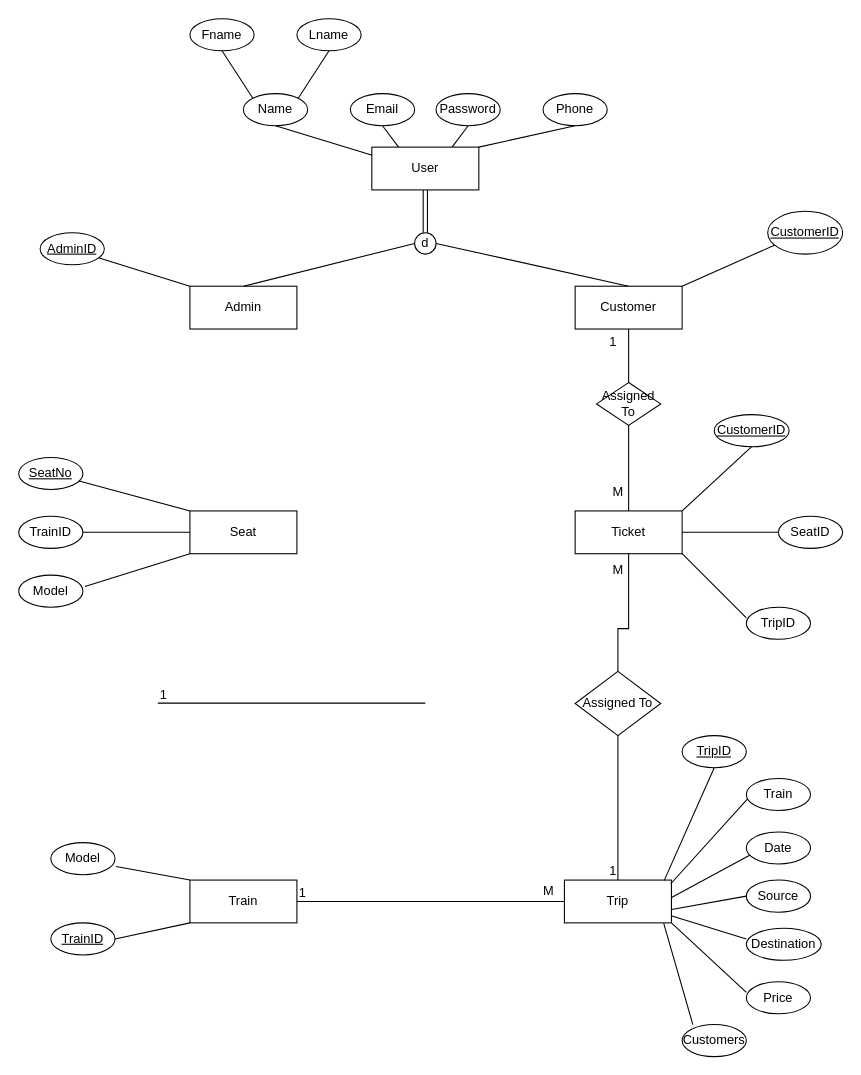
Above: ERD.drawio in AliveTube/Train-Booking-App (draw.io), before the change. Source tidied: cells renumbered, new cells numbered last; positions are measured from the earlier drawing's top-left corner, leaving out a move shared by most shapes. Both pictures are drawn from the tidied source at 107%, with x=0, y=0 at pixel (18, 18).
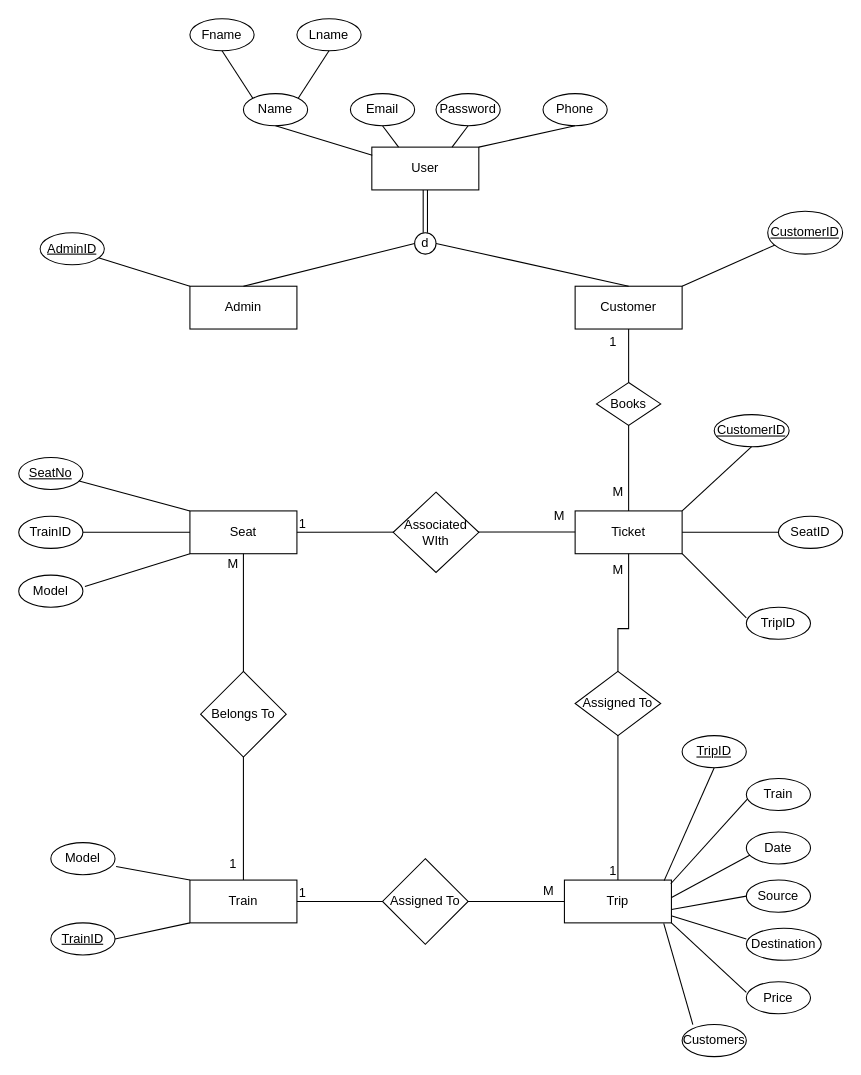
The same page after the edit.

Commit message:
بيبو وبشير بيبو والجون

Unchanged cells that the change refers to:
```xml
<mxCell id="20" value="Train" style="whiteSpace=wrap;html=1;align=center;" parent="1" vertex="1">
  <mxGeometry x="160" y="805" width="100" height="40" as="geometry" />
</mxCell>
<mxCell id="30" value="Seat" style="whiteSpace=wrap;html=1;align=center;" parent="1" vertex="1">
  <mxGeometry x="160" y="460" width="100" height="40" as="geometry" />
</mxCell>
```

The edit, as a diff of the source:
```diff
@@
-    <mxCell id="68" value="Assigned To" style="shape=rhombus;perimeter=rhombusPerimeter;whiteSpace=wrap;html=1;align=center;" parent="1" vertex="1">
+    <mxCell id="68" value="Books" style="shape=rhombus;perimeter=rhombusPerimeter;whiteSpace=wrap;html=1;align=center;" parent="1" vertex="1">
       <mxGeometry x="540" y="340" width="60" height="40" as="geometry" />
     </mxCell>
@@
-    <mxCell id="71" style="endArrow=none;html=1;rounded=0;entryX=1;entryY=0.5;entryDx=0;entryDy=0;exitX=0;exitY=0.5;exitDx=0;exitDy=0;" parent="1" edge="1">
+    <mxCell id="71" style="endArrow=none;html=1;rounded=0;entryX=1;entryY=0.5;entryDx=0;entryDy=0;exitX=0;exitY=0.5;exitDx=0;exitDy=0;" parent="1" edge="1" target="30">
       <mxGeometry relative="1" as="geometry">
-        <mxPoint x="380" y="639.6" as="sourcePoint" />
-        <mxPoint x="130" y="639.6" as="targetPoint" />
+        <mxPoint x="520" y="479.7" as="sourcePoint" />
       </mxGeometry>
     </mxCell>
@@
+    <mxCell id="73" value="Assigned To" style="rhombus;whiteSpace=wrap;html=1;" parent="1" vertex="1">
+      <mxGeometry x="340" y="785" width="80" height="80" as="geometry" />
+    </mxCell>
+    <mxCell id="74" style="endArrow=none;html=1;rounded=0;exitX=0.5;exitY=0;exitDx=0;exitDy=0;entryX=0.5;entryY=1;entryDx=0;entryDy=0;" parent="1" edge="1" source="20" target="30">
+      <mxGeometry relative="1" as="geometry" />
+    </mxCell>
+    <mxCell id="75" value="Associated WIth" style="rhombus;whiteSpace=wrap;html=1;" parent="1" vertex="1">
+      <mxGeometry x="350" y="442.5" width="80" height="75" as="geometry" />
+    </mxCell>
+    <mxCell id="76" value="Belongs To" style="rhombus;whiteSpace=wrap;html=1;" parent="1" vertex="1">
+      <mxGeometry x="170" y="610" width="80" height="80" as="geometry" />
+    </mxCell>
+    <mxCell id="77" value="M" style="text;html=1;align=center;verticalAlign=middle;strokeColor=none;fillColor=none;" parent="1" vertex="1">
+      <mxGeometry x="490" y="450" width="30" height="30" as="geometry" />
+    </mxCell>
+    <mxCell id="78" value="M" style="text;html=1;align=center;verticalAlign=middle;strokeColor=none;fillColor=none;" parent="1" vertex="1">
+      <mxGeometry x="185" y="495" width="30" height="30" as="geometry" />
+    </mxCell>
+    <mxCell id="79" value="1" style="text;html=1;align=center;verticalAlign=middle;strokeColor=none;fillColor=none;" parent="1" vertex="1">
+      <mxGeometry x="185" y="775" width="30" height="30" as="geometry" />
+    </mxCell>
```
